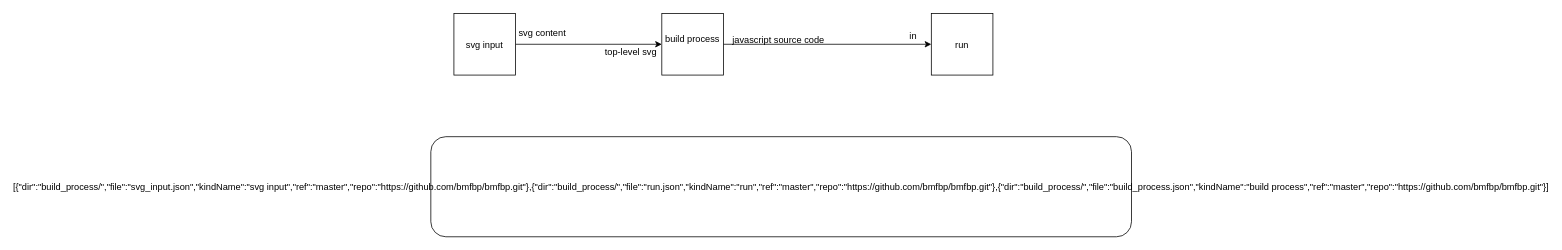
bmfbp/bmfbp keeps this draw.io diagram as page "ide.svg" (1 of 3) of build_process/build_process.drawio. Above is the earlier version. Source tidied: cells renumbered, new cells numbered last; positions are measured from the earlier drawing's top-left corner, leaving out a move shared by most shapes. Both pictures are drawn from the tidied source at 77%, with x=0, y=0 at pixel (430, 13).
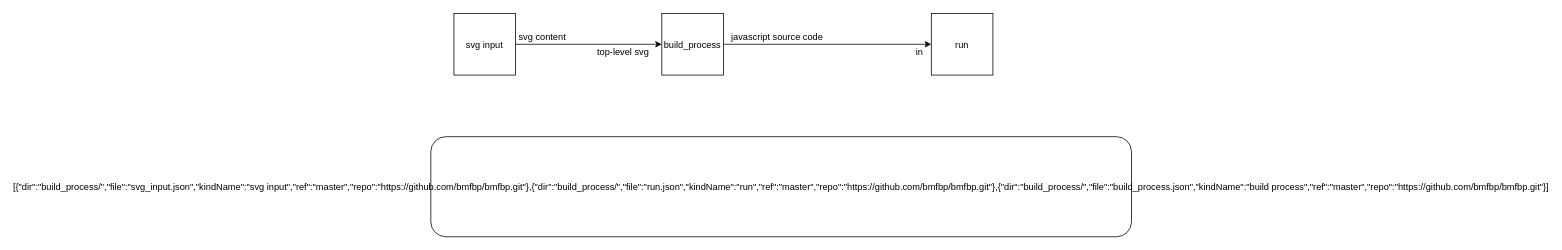
The same diagram, later.

Commit message (it also covers changes not shown here):
rewrote ide.svg, removed word-wrap and moved pin name "javascript source code" over so that it doesnt overlap the box

What changed in the source:
```diff
@@
 <mxGraphModel>
   <root>
     <mxCell id="0" />
     <mxCell id="1" parent="0" />
     <mxCell id="2" style="edgeStyle=orthogonalEdgeStyle;rounded=0;jettySize=auto;html=1;exitX=1;exitY=0.5;exitDx=0;exitDy=0;entryX=0;entryY=0.5;entryDx=0;entryDy=0;" parent="1" edge="1" source="3" target="5">
       <mxGeometry relative="1" as="geometry" />
     </mxCell>
     <mxCell id="3" value="svg input" parent="1" vertex="1">
       <mxGeometry x="30" width="80" height="80" as="geometry" />
     </mxCell>
     <mxCell id="4" style="edgeStyle=orthogonalEdgeStyle;rounded=0;jettySize=auto;html=1;exitX=1;exitY=0.5;exitDx=0;exitDy=0;entryX=0;entryY=0.5;entryDx=0;entryDy=0;" parent="1" edge="1" source="5" target="10">
       <mxGeometry relative="1" as="geometry" />
     </mxCell>
-    <mxCell id="5" value="build process&#10;" parent="1" vertex="1">
+    <mxCell id="5" value="build_process" parent="1" vertex="1">
       <mxGeometry x="300" width="80" height="80" as="geometry" />
     </mxCell>
     <mxCell id="6" value="top-level svg" style="text;strokeColor=none;fillColor=none;align=center;verticalAlign=middle;rounded=0;" parent="1" vertex="1">
-      <mxGeometry x="220" y="40" width="80" height="20" as="geometry" />
+      <mxGeometry x="210" y="40" width="80" height="20" as="geometry" />
     </mxCell>
     <mxCell id="7" value="svg content" style="text;strokeColor=none;fillColor=none;align=center;verticalAlign=middle;rounded=0;" parent="1" vertex="1">
-      <mxGeometry x="110" y="15" width="70" height="20" as="geometry" />
+      <mxGeometry x="110" y="20" width="70" height="20" as="geometry" />
     </mxCell>
     <mxCell id="8" value="[{&quot;dir&quot;:&quot;build_process/&quot;,&quot;file&quot;:&quot;svg_input.json&quot;,&quot;kindName&quot;:&quot;svg input&quot;,&quot;ref&quot;:&quot;master&quot;,&quot;repo&quot;:&quot;https://github.com/bmfbp/bmfbp.git&quot;},{&quot;dir&quot;:&quot;build_process/&quot;,&quot;file&quot;:&quot;run.json&quot;,&quot;kindName&quot;:&quot;run&quot;,&quot;ref&quot;:&quot;master&quot;,&quot;repo&quot;:&quot;https://github.com/bmfbp/bmfbp.git&quot;},{&quot;dir&quot;:&quot;build_process/&quot;,&quot;file&quot;:&quot;build_process.json&quot;,&quot;kindName&quot;:&quot;build process&quot;,&quot;ref&quot;:&quot;master&quot;,&quot;repo&quot;:&quot;https://github.com/bmfbp/bmfbp.git&quot;}]" style="rounded=1;" parent="1" vertex="1">
       <mxGeometry y="160" width="910" height="130" as="geometry" />
     </mxCell>
+    <mxCell id="10" value="run" parent="1" vertex="1">
+      <mxGeometry x="650" width="80" height="80" as="geometry" />
+    </mxCell>
-    <mxCell id="9" value="javascript source code" style="text;align=left;verticalAlign=top;spacingTop=-4;" parent="1" vertex="1">
-      <mxGeometry x="390" y="25" width="130" height="10" as="geometry" />
+    <mxCell id="9" value="javascript source code" style="text;strokeColor=none;fillColor=none;align=center;verticalAlign=middle;rounded=0;" parent="1" vertex="1">
+      <mxGeometry x="380" y="20" width="140" height="20" as="geometry" />
     </mxCell>
-    <mxCell id="10" value="run" parent="1" vertex="1">
-      <mxGeometry x="650" width="80" height="80" as="geometry" />
-    </mxCell>
-    <mxCell id="11" value="in" style="text;align=left;verticalAlign=top;spacingTop=-4;" parent="1" vertex="1">
-      <mxGeometry x="620" y="20" width="20" height="10" as="geometry" />
+    <mxCell id="11" value="in" style="text;html=1;strokeColor=none;fillColor=none;align=center;verticalAlign=middle;whiteSpace=wrap;rounded=0;" parent="1" vertex="1">
+      <mxGeometry x="620" y="40" width="30" height="20" as="geometry" />
     </mxCell>
   </root>
 </mxGraphModel>
```
